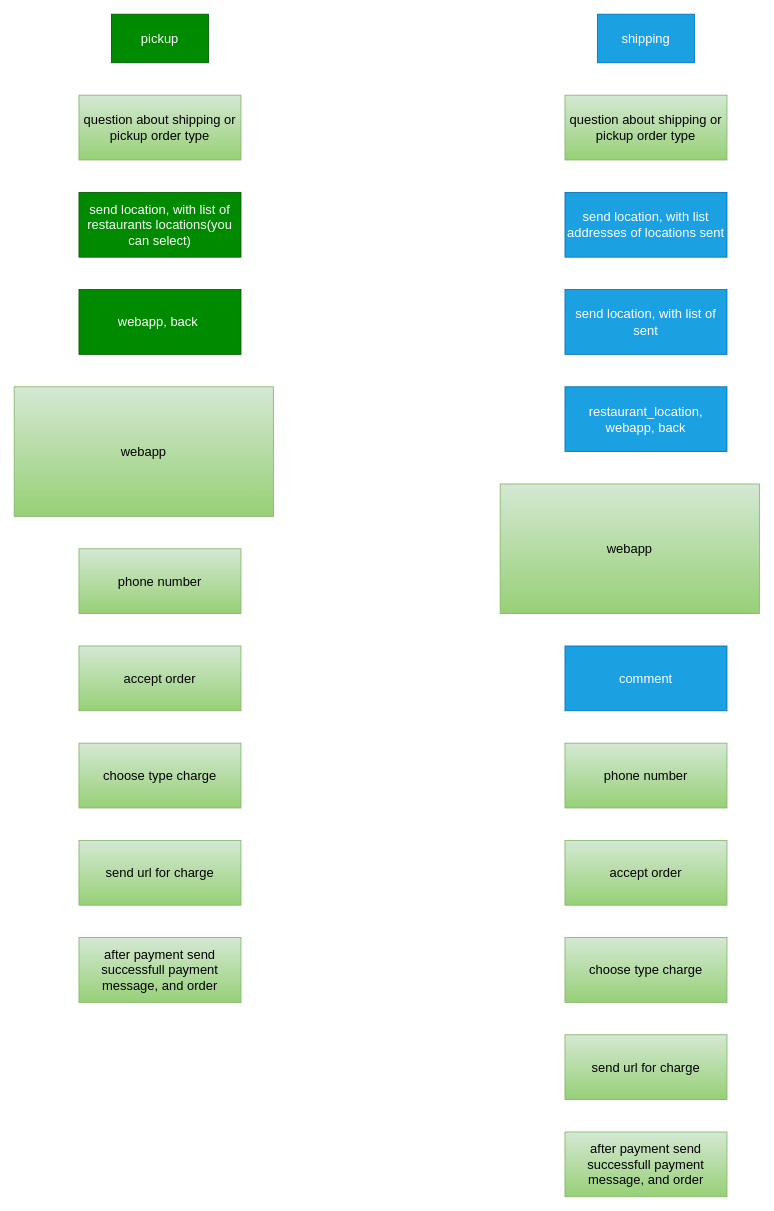
KmvRoman/Diagrams keeps this draw.io diagram as page "product_add_view" (3 of 3) of restaurant.drawio. Above is the earlier version. Source tidied: cells renumbered, new cells numbered last; positions are measured from the earlier drawing's top-left corner, leaving out a move shared by most shapes. Both pictures are drawn from the tidied source at 81%, with x=0, y=0 at pixel (14, 14).
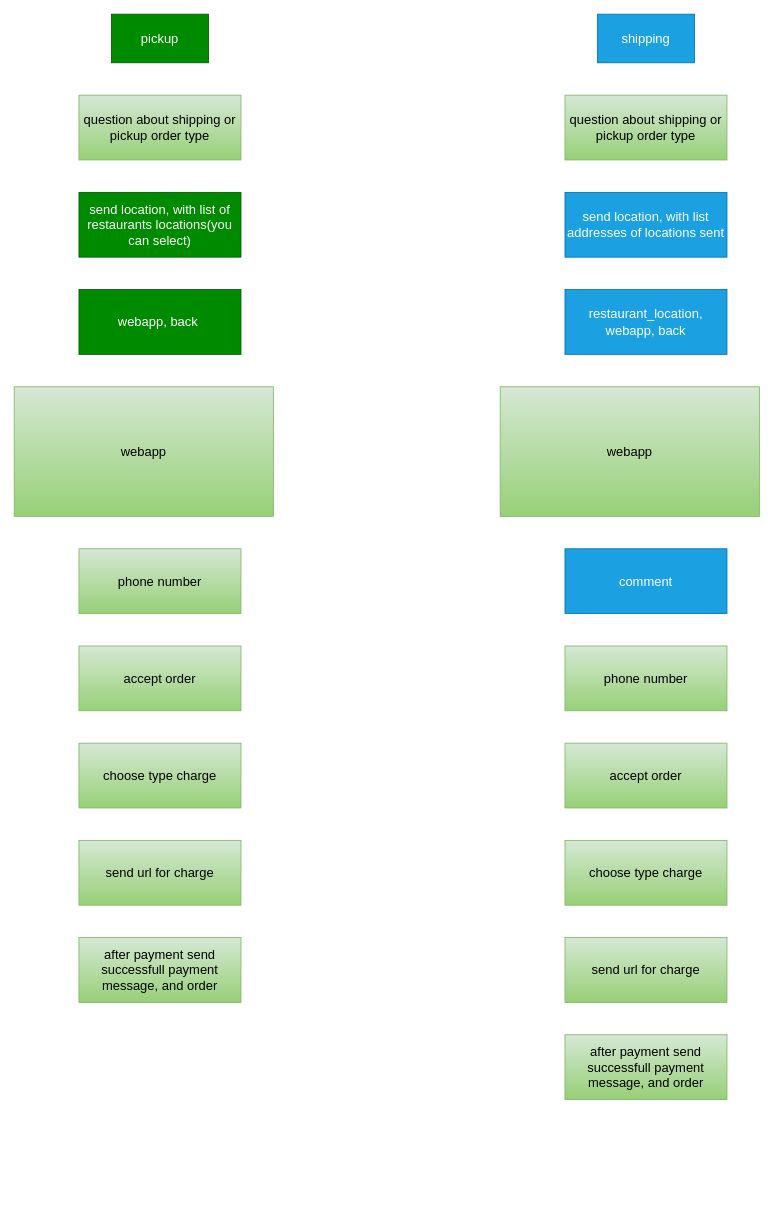
The same diagram, later.

What changed in the source:
```diff
@@
-    <mxCell id="8" value="send location, with list of sent" style="rounded=0;whiteSpace=wrap;html=1;fontSize=16;fillColor=#1ba1e2;fontColor=#ffffff;strokeColor=#006EAF;" parent="1" vertex="1">
-      <mxGeometry x="680" y="340" width="200" height="80" as="geometry" />
-    </mxCell>
@@
     <mxCell id="10" value="restaurant_location, webapp, back" style="rounded=0;whiteSpace=wrap;html=1;fontSize=16;fillColor=#1ba1e2;fontColor=#ffffff;strokeColor=#006EAF;" parent="1" vertex="1">
-      <mxGeometry x="680" y="460" width="200" height="80" as="geometry" />
+      <mxGeometry x="680" y="340" width="200" height="80" as="geometry" />
     </mxCell>
@@
     <mxCell id="12" value="webapp" style="rounded=0;whiteSpace=wrap;html=1;fontSize=16;fillColor=#d5e8d4;strokeColor=#82b366;gradientColor=#97d077;" parent="1" vertex="1">
-      <mxGeometry x="600" y="580" width="320" height="160" as="geometry" />
+      <mxGeometry x="600" y="460" width="320" height="160" as="geometry" />
     </mxCell>
@@
     <mxCell id="17" value="comment" style="rounded=0;whiteSpace=wrap;html=1;fontSize=16;fillColor=#1ba1e2;strokeColor=#006EAF;fontColor=#ffffff;" parent="1" vertex="1">
-      <mxGeometry x="680" y="780" width="200" height="80" as="geometry" />
+      <mxGeometry x="680" y="660" width="200" height="80" as="geometry" />
     </mxCell>
     <mxCell id="18" value="phone number" style="rounded=0;whiteSpace=wrap;html=1;fontSize=16;fillColor=#d5e8d4;strokeColor=#82b366;gradientColor=#97d077;" parent="1" vertex="1">
-      <mxGeometry x="680" y="900" width="200" height="80" as="geometry" />
+      <mxGeometry x="680" y="780" width="200" height="80" as="geometry" />
     </mxCell>
     <mxCell id="19" value="accept order" style="rounded=0;whiteSpace=wrap;html=1;fontSize=16;fillColor=#d5e8d4;strokeColor=#82b366;gradientColor=#97d077;" parent="1" vertex="1">
-      <mxGeometry x="680" y="1020" width="200" height="80" as="geometry" />
+      <mxGeometry x="680" y="900" width="200" height="80" as="geometry" />
     </mxCell>
     <mxCell id="20" value="send url for charge" style="rounded=0;whiteSpace=wrap;html=1;fontSize=16;fillColor=#d5e8d4;strokeColor=#82b366;gradientColor=#97d077;" parent="1" vertex="1">
-      <mxGeometry x="680" y="1260" width="200" height="80" as="geometry" />
+      <mxGeometry x="680" y="1140" width="200" height="80" as="geometry" />
     </mxCell>
@@
     <mxCell id="22" value="choose type charge" style="rounded=0;whiteSpace=wrap;html=1;fontSize=16;fillColor=#d5e8d4;strokeColor=#82b366;gradientColor=#97d077;" parent="1" vertex="1">
-      <mxGeometry x="680" y="1140" width="200" height="80" as="geometry" />
+      <mxGeometry x="680" y="1020" width="200" height="80" as="geometry" />
     </mxCell>
     <mxCell id="23" value="after payment send successfull payment message, and order" style="rounded=0;whiteSpace=wrap;html=1;fontSize=16;fillColor=#d5e8d4;strokeColor=#82b366;gradientColor=#97d077;" parent="1" vertex="1">
-      <mxGeometry x="680" y="1380" width="200" height="80" as="geometry" />
+      <mxGeometry x="680" y="1260" width="200" height="80" as="geometry" />
     </mxCell>
```
